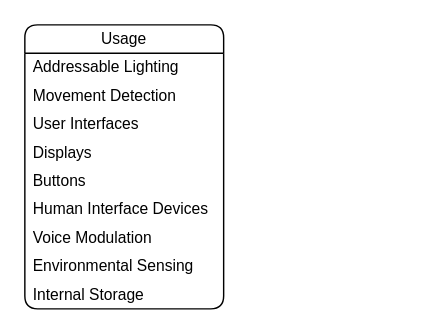
This is page "Brainstorm" (2 of 6) of Documents/Diagram.drawio from Cyberspecies/Multi-Cosplay_Board, a draw.io file, before an edit. Source tidied: cells renumbered, new cells numbered last; positions are measured from the earlier drawing's top-left corner, leaving out a move shared by most shapes. Both pictures are drawn from the tidied source at 142%, with x=0, y=0 at pixel (24, 24).
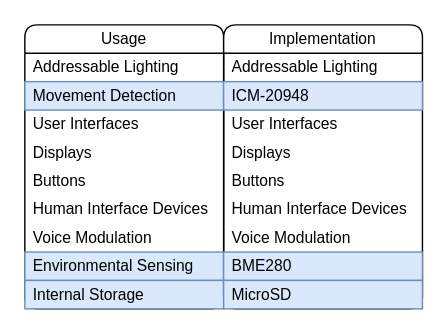
The same diagram, later.

The change refers to these unchanged cells:
```xml
<mxCell id="2" value="Usage" style="swimlane;fontStyle=0;horizontal=1;startSize=20;whiteSpace=wrap;html=1;fontFamily=Helvetica;fontSize=11;fontColor=default;labelBackgroundColor=default;rounded=1;" parent="1" vertex="1">
  <mxGeometry width="140" height="200" as="geometry" />
</mxCell>
```

Diff of the diagram source:
```diff
@@
-    <mxCell id="3" value="Addressable Lighting" style="text;strokeColor=none;fillColor=none;align=left;verticalAlign=middle;spacingLeft=4;spacingRight=4;overflow=hidden;whiteSpace=wrap;html=1;fontFamily=Helvetica;fontSize=11;fontColor=default;labelBackgroundColor=default;" parent="2" vertex="1">
+    <mxCell id="3" value="Addressable Lighting" style="text;strokeColor=none;fillColor=none;align=left;verticalAlign=middle;spacingLeft=4;spacingRight=4;overflow=hidden;whiteSpace=wrap;html=1;fontFamily=Helvetica;fontSize=11;fontColor=default;labelBackgroundColor=none;" parent="2" vertex="1">
       <mxGeometry y="20" width="140" height="20" as="geometry" />
     </mxCell>
-    <mxCell id="4" value="Movement Detection" style="text;strokeColor=none;fillColor=none;align=left;verticalAlign=middle;spacingLeft=4;spacingRight=4;overflow=hidden;whiteSpace=wrap;html=1;fontFamily=Helvetica;fontSize=11;fontColor=default;labelBackgroundColor=default;" parent="2" vertex="1">
+    <mxCell id="4" value="Movement Detection" style="text;strokeColor=#6c8ebf;fillColor=#dae8fc;align=left;verticalAlign=middle;spacingLeft=4;spacingRight=4;overflow=hidden;whiteSpace=wrap;html=1;fontFamily=Helvetica;fontSize=11;labelBackgroundColor=none;" parent="2" vertex="1">
       <mxGeometry y="40" width="140" height="20" as="geometry" />
     </mxCell>
-    <mxCell id="5" value="User Interfaces" style="text;strokeColor=none;fillColor=none;align=left;verticalAlign=middle;spacingLeft=4;spacingRight=4;overflow=hidden;whiteSpace=wrap;html=1;fontFamily=Helvetica;fontSize=11;fontColor=default;labelBackgroundColor=default;" parent="2" vertex="1">
+    <mxCell id="5" value="User Interfaces" style="text;strokeColor=none;fillColor=none;align=left;verticalAlign=middle;spacingLeft=4;spacingRight=4;overflow=hidden;whiteSpace=wrap;html=1;fontFamily=Helvetica;fontSize=11;fontColor=default;labelBackgroundColor=none;" parent="2" vertex="1">
       <mxGeometry y="60" width="140" height="20" as="geometry" />
     </mxCell>
-    <mxCell id="6" value="Displays" style="text;strokeColor=none;fillColor=none;align=left;verticalAlign=middle;spacingLeft=4;spacingRight=4;overflow=hidden;whiteSpace=wrap;html=1;fontFamily=Helvetica;fontSize=11;fontColor=default;labelBackgroundColor=default;" parent="2" vertex="1">
+    <mxCell id="6" value="Displays" style="text;strokeColor=none;fillColor=none;align=left;verticalAlign=middle;spacingLeft=4;spacingRight=4;overflow=hidden;whiteSpace=wrap;html=1;fontFamily=Helvetica;fontSize=11;fontColor=default;labelBackgroundColor=none;" parent="2" vertex="1">
       <mxGeometry y="80" width="140" height="20" as="geometry" />
     </mxCell>
-    <mxCell id="7" value="Buttons" style="text;strokeColor=none;fillColor=none;align=left;verticalAlign=middle;spacingLeft=4;spacingRight=4;overflow=hidden;whiteSpace=wrap;html=1;fontFamily=Helvetica;fontSize=11;fontColor=default;labelBackgroundColor=default;" parent="2" vertex="1">
+    <mxCell id="7" value="Buttons" style="text;strokeColor=none;fillColor=none;align=left;verticalAlign=middle;spacingLeft=4;spacingRight=4;overflow=hidden;whiteSpace=wrap;html=1;fontFamily=Helvetica;fontSize=11;fontColor=default;labelBackgroundColor=none;" parent="2" vertex="1">
       <mxGeometry y="100" width="140" height="20" as="geometry" />
     </mxCell>
-    <mxCell id="8" value="Human Interface Devices" style="text;strokeColor=none;fillColor=none;align=left;verticalAlign=middle;spacingLeft=4;spacingRight=4;overflow=hidden;whiteSpace=wrap;html=1;fontFamily=Helvetica;fontSize=11;fontColor=default;labelBackgroundColor=default;" parent="2" vertex="1">
+    <mxCell id="8" value="Human Interface Devices" style="text;strokeColor=none;fillColor=none;align=left;verticalAlign=middle;spacingLeft=4;spacingRight=4;overflow=hidden;whiteSpace=wrap;html=1;fontFamily=Helvetica;fontSize=11;fontColor=default;labelBackgroundColor=none;" parent="2" vertex="1">
       <mxGeometry y="120" width="140" height="20" as="geometry" />
     </mxCell>
-    <mxCell id="9" value="Voice Modulation" style="text;strokeColor=none;fillColor=none;align=left;verticalAlign=middle;spacingLeft=4;spacingRight=4;overflow=hidden;whiteSpace=wrap;html=1;fontFamily=Helvetica;fontSize=11;fontColor=default;labelBackgroundColor=default;" parent="2" vertex="1">
+    <mxCell id="9" value="Voice Modulation" style="text;strokeColor=none;fillColor=none;align=left;verticalAlign=middle;spacingLeft=4;spacingRight=4;overflow=hidden;whiteSpace=wrap;html=1;fontFamily=Helvetica;fontSize=11;fontColor=default;labelBackgroundColor=none;" parent="2" vertex="1">
       <mxGeometry y="140" width="140" height="20" as="geometry" />
     </mxCell>
-    <mxCell id="10" value="Environmental Sensing" style="text;strokeColor=none;fillColor=none;align=left;verticalAlign=middle;spacingLeft=4;spacingRight=4;overflow=hidden;whiteSpace=wrap;html=1;fontFamily=Helvetica;fontSize=11;fontColor=default;labelBackgroundColor=default;" parent="2" vertex="1">
+    <mxCell id="10" value="Environmental Sensing" style="text;strokeColor=#6c8ebf;fillColor=#dae8fc;align=left;verticalAlign=middle;spacingLeft=4;spacingRight=4;overflow=hidden;whiteSpace=wrap;html=1;fontFamily=Helvetica;fontSize=11;labelBackgroundColor=none;" parent="2" vertex="1">
       <mxGeometry y="160" width="140" height="20" as="geometry" />
     </mxCell>
-    <mxCell id="11" value="Internal Storage" style="text;strokeColor=none;fillColor=none;align=left;verticalAlign=middle;spacingLeft=4;spacingRight=4;overflow=hidden;whiteSpace=wrap;html=1;fontFamily=Helvetica;fontSize=11;fontColor=default;labelBackgroundColor=default;" parent="2" vertex="1">
+    <mxCell id="11" value="Internal Storage" style="text;align=left;verticalAlign=middle;spacingLeft=4;spacingRight=4;overflow=hidden;whiteSpace=wrap;html=1;fontFamily=Helvetica;fontSize=11;labelBackgroundColor=none;rounded=0;fillColor=#dae8fc;strokeColor=#6c8ebf;" parent="2" vertex="1">
       <mxGeometry y="180" width="140" height="20" as="geometry" />
     </mxCell>
+    <mxCell id="12" value="Implementation" style="swimlane;fontStyle=0;horizontal=1;startSize=20;whiteSpace=wrap;html=1;fontFamily=Helvetica;fontSize=11;fontColor=default;labelBackgroundColor=default;rounded=1;" parent="1" vertex="1">
+      <mxGeometry x="140" width="140" height="200" as="geometry" />
+    </mxCell>
+    <mxCell id="13" value="Addressable Lighting" style="text;strokeColor=none;fillColor=none;align=left;verticalAlign=middle;spacingLeft=4;spacingRight=4;overflow=hidden;whiteSpace=wrap;html=1;fontFamily=Helvetica;fontSize=11;fontColor=default;labelBackgroundColor=none;" parent="12" vertex="1">
+      <mxGeometry y="20" width="140" height="20" as="geometry" />
+    </mxCell>
+    <mxCell id="14" value="ICM-20948" style="text;strokeColor=#6c8ebf;fillColor=#dae8fc;align=left;verticalAlign=middle;spacingLeft=4;spacingRight=4;overflow=hidden;whiteSpace=wrap;html=1;fontFamily=Helvetica;fontSize=11;labelBackgroundColor=none;" parent="12" vertex="1">
+      <mxGeometry y="40" width="140" height="20" as="geometry" />
+    </mxCell>
+    <mxCell id="15" value="User Interfaces" style="text;strokeColor=none;fillColor=none;align=left;verticalAlign=middle;spacingLeft=4;spacingRight=4;overflow=hidden;whiteSpace=wrap;html=1;fontFamily=Helvetica;fontSize=11;fontColor=default;labelBackgroundColor=none;" parent="12" vertex="1">
+      <mxGeometry y="60" width="140" height="20" as="geometry" />
+    </mxCell>
+    <mxCell id="16" value="Displays" style="text;strokeColor=none;fillColor=none;align=left;verticalAlign=middle;spacingLeft=4;spacingRight=4;overflow=hidden;whiteSpace=wrap;html=1;fontFamily=Helvetica;fontSize=11;fontColor=default;labelBackgroundColor=none;" parent="12" vertex="1">
+      <mxGeometry y="80" width="140" height="20" as="geometry" />
+    </mxCell>
+    <mxCell id="17" value="Buttons" style="text;strokeColor=none;fillColor=none;align=left;verticalAlign=middle;spacingLeft=4;spacingRight=4;overflow=hidden;whiteSpace=wrap;html=1;fontFamily=Helvetica;fontSize=11;fontColor=default;labelBackgroundColor=none;" parent="12" vertex="1">
+      <mxGeometry y="100" width="140" height="20" as="geometry" />
+    </mxCell>
+    <mxCell id="18" value="Human Interface Devices" style="text;strokeColor=none;fillColor=none;align=left;verticalAlign=middle;spacingLeft=4;spacingRight=4;overflow=hidden;whiteSpace=wrap;html=1;fontFamily=Helvetica;fontSize=11;fontColor=default;labelBackgroundColor=none;" parent="12" vertex="1">
+      <mxGeometry y="120" width="140" height="20" as="geometry" />
+    </mxCell>
+    <mxCell id="19" value="Voice Modulation" style="text;strokeColor=none;fillColor=none;align=left;verticalAlign=middle;spacingLeft=4;spacingRight=4;overflow=hidden;whiteSpace=wrap;html=1;fontFamily=Helvetica;fontSize=11;fontColor=default;labelBackgroundColor=none;" parent="12" vertex="1">
+      <mxGeometry y="140" width="140" height="20" as="geometry" />
+    </mxCell>
+    <mxCell id="20" value="BME280" style="text;strokeColor=#6c8ebf;fillColor=#dae8fc;align=left;verticalAlign=middle;spacingLeft=4;spacingRight=4;overflow=hidden;whiteSpace=wrap;html=1;fontFamily=Helvetica;fontSize=11;labelBackgroundColor=none;" parent="12" vertex="1">
+      <mxGeometry y="160" width="140" height="20" as="geometry" />
+    </mxCell>
+    <mxCell id="21" value="MicroSD" style="text;strokeColor=#6c8ebf;fillColor=#dae8fc;align=left;verticalAlign=middle;spacingLeft=4;spacingRight=4;overflow=hidden;whiteSpace=wrap;html=1;fontFamily=Helvetica;fontSize=11;labelBackgroundColor=none;" parent="12" vertex="1">
+      <mxGeometry y="180" width="140" height="20" as="geometry" />
+    </mxCell>
```
